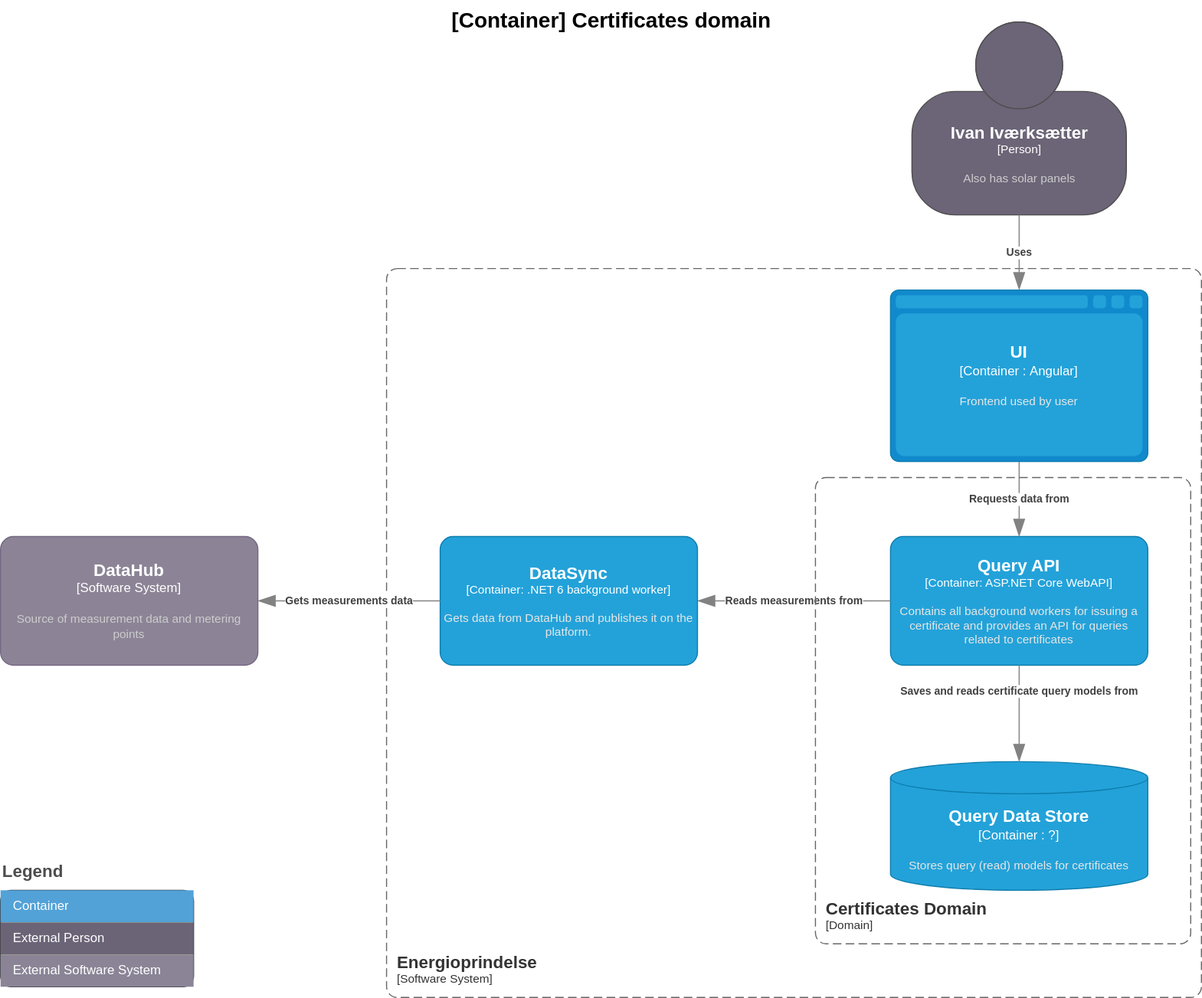
This is doc/architecture/diagrams/certificates.current.container.drawio.svg from Energinet-DataHub/energy-origin, a draw.io export, as it was before one commit. Source tidied: cells renumbered, new cells last; positions are measured from the earlier drawing's top-left corner, leaving out a move shared by most shapes.
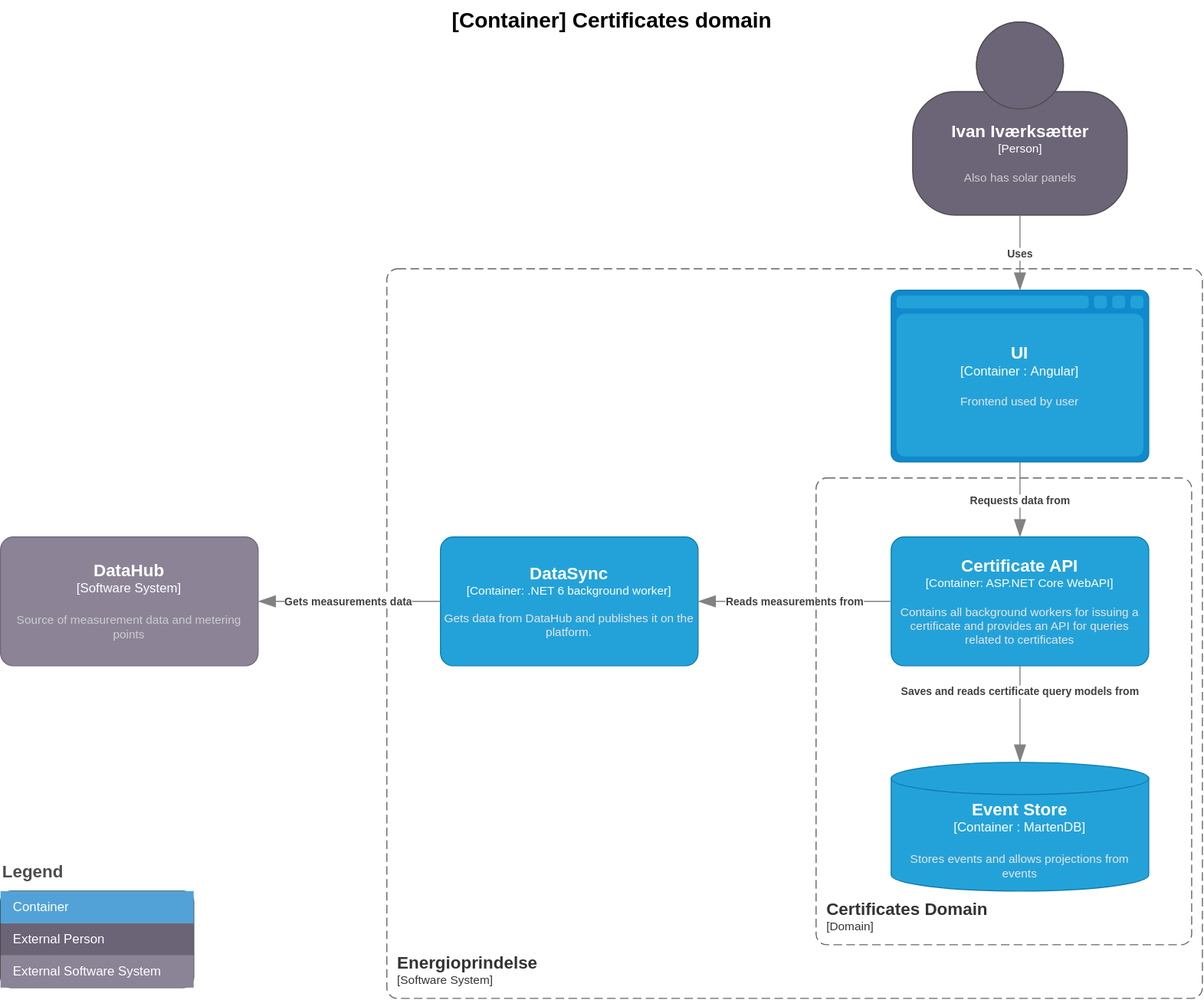
Above is the later version.

Diff of the diagram source:
```diff
@@ -7,12 +7,12 @@
         <mxGeometry x="360" y="250" width="760" height="680" as="geometry" />
       </mxCell>
     </object>
-    <object id="3" label="&lt;font style=&quot;font-size: 16px&quot;&gt;&lt;b&gt;%c4Name%&lt;/b&gt;&lt;/font&gt;&lt;div&gt;[%c4Type%: %c4Technology%]&lt;/div&gt;&lt;br&gt;&lt;div&gt;&lt;font style=&quot;font-size: 11px&quot;&gt;&lt;font color=&quot;#E6E6E6&quot;&gt;%c4Description%&lt;/font&gt;&lt;/div&gt;" c4Description="Contains all background workers for issuing a certificate and provides an API for queries related to certificates" c4Name="Query API" c4Technology="ASP.NET Core WebAPI" c4Type="Container" placeholders="1">
+    <object id="3" label="&lt;font style=&quot;font-size: 16px&quot;&gt;&lt;b&gt;%c4Name%&lt;/b&gt;&lt;/font&gt;&lt;div&gt;[%c4Type%: %c4Technology%]&lt;/div&gt;&lt;br&gt;&lt;div&gt;&lt;font style=&quot;font-size: 11px&quot;&gt;&lt;font color=&quot;#E6E6E6&quot;&gt;%c4Description%&lt;/font&gt;&lt;/div&gt;" c4Description="Contains all background workers for issuing a certificate and provides an API for queries related to certificates" c4Name="Certificate API" c4Technology="ASP.NET Core WebAPI" c4Type="Container" placeholders="1">
       <mxCell style="rounded=1;whiteSpace=wrap;html=1;fontSize=11;labelBackgroundColor=none;fillColor=#23A2D9;fontColor=#ffffff;align=center;arcSize=10;strokeColor=#0E7DAD;points=[[0.25,0,0],[0.5,0,0],[0.75,0,0],[1,0.25,0],[1,0.5,0],[1,0.75,0],[0.75,1,0],[0.5,1,0],[0.25,1,0],[0,0.75,0],[0,0.5,0],[0,0.25,0]];" parent="1" vertex="1">
         <mxGeometry x="830" y="500" width="240" height="120" as="geometry" />
       </mxCell>
     </object>
-    <object id="4" label="&lt;font style=&quot;font-size: 16px&quot;&gt;&lt;b&gt;%c4Type%&lt;/font&gt;&lt;div&gt;[%c4Container%:&amp;nbsp;%c4Technology%]&lt;/div&gt;&lt;br&gt;&lt;div&gt;&lt;font style=&quot;font-size: 11px&quot;&gt;&lt;font color=&quot;#E6E6E6&quot;&gt;%c4Description%&lt;/font&gt;&lt;/div&gt;" c4Container="Container " c4Description="Stores query (read) models for certificates" c4Technology="?" c4Type="Query Data Store" placeholders="1">
+    <object id="4" label="&lt;font style=&quot;font-size: 16px&quot;&gt;&lt;b&gt;%c4Type%&lt;/font&gt;&lt;div&gt;[%c4Container%:&amp;nbsp;%c4Technology%]&lt;/div&gt;&lt;br&gt;&lt;div&gt;&lt;font style=&quot;font-size: 11px&quot;&gt;&lt;font color=&quot;#E6E6E6&quot;&gt;%c4Description%&lt;/font&gt;&lt;/div&gt;" c4Container="Container " c4Description="Stores events and allows projections from events" c4Technology="MartenDB" c4Type="Event Store" placeholders="1">
       <mxCell style="shape=cylinder3;size=15;whiteSpace=wrap;html=1;boundedLbl=1;rounded=0;labelBackgroundColor=none;fillColor=#23A2D9;fontSize=12;fontColor=#ffffff;align=center;strokeColor=#0E7DAD;points=[[0.5,0,0],[1,0.25,0],[1,0.5,0],[1,0.75,0],[0.5,1,0],[0,0.75,0],[0,0.5,0],[0,0.25,0]];" parent="1" vertex="1">
         <mxGeometry x="830" y="710" width="240" height="120" as="geometry" />
       </mxCell>
@@ -58,7 +58,7 @@
       </mxCell>
     </object>
     <object id="13" label="&lt;div style=&quot;text-align: left&quot;&gt;&lt;div style=&quot;text-align: center&quot;&gt;&lt;b&gt;%c4Description%&lt;/b&gt;&lt;/div&gt;" c4Description="Gets measurements data" c4Type="Relationship" placeholders="1">
-      <mxCell style="endArrow=blockThin;html=1;fontSize=10;fontColor=#404040;strokeWidth=1;endFill=1;strokeColor=#828282;elbow=vertical;endSize=14;startSize=14;jumpStyle=arc;jumpSize=16;rounded=0;edgeStyle=orthogonalEdgeStyle;exitX=0;exitY=0.5;exitDx=0;exitDy=0;exitPerimeter=0;entryX=0.5;entryY=0;entryDx=0;entryDy=0;entryPerimeter=0;" parent="1" edge="1" source="12" target="8">
+      <mxCell style="endArrow=blockThin;html=1;fontSize=10;fontColor=#404040;strokeWidth=1;endFill=1;strokeColor=#828282;elbow=vertical;endSize=14;startSize=14;jumpStyle=arc;jumpSize=16;rounded=0;edgeStyle=orthogonalEdgeStyle;exitX=0;exitY=0.5;exitDx=0;exitDy=0;exitPerimeter=0;entryX=1;entryY=0.5;entryDx=0;entryDy=0;entryPerimeter=0;" parent="1" edge="1" source="12" target="8">
         <mxGeometry relative="1" as="geometry" />
       </mxCell>
     </object>
```
